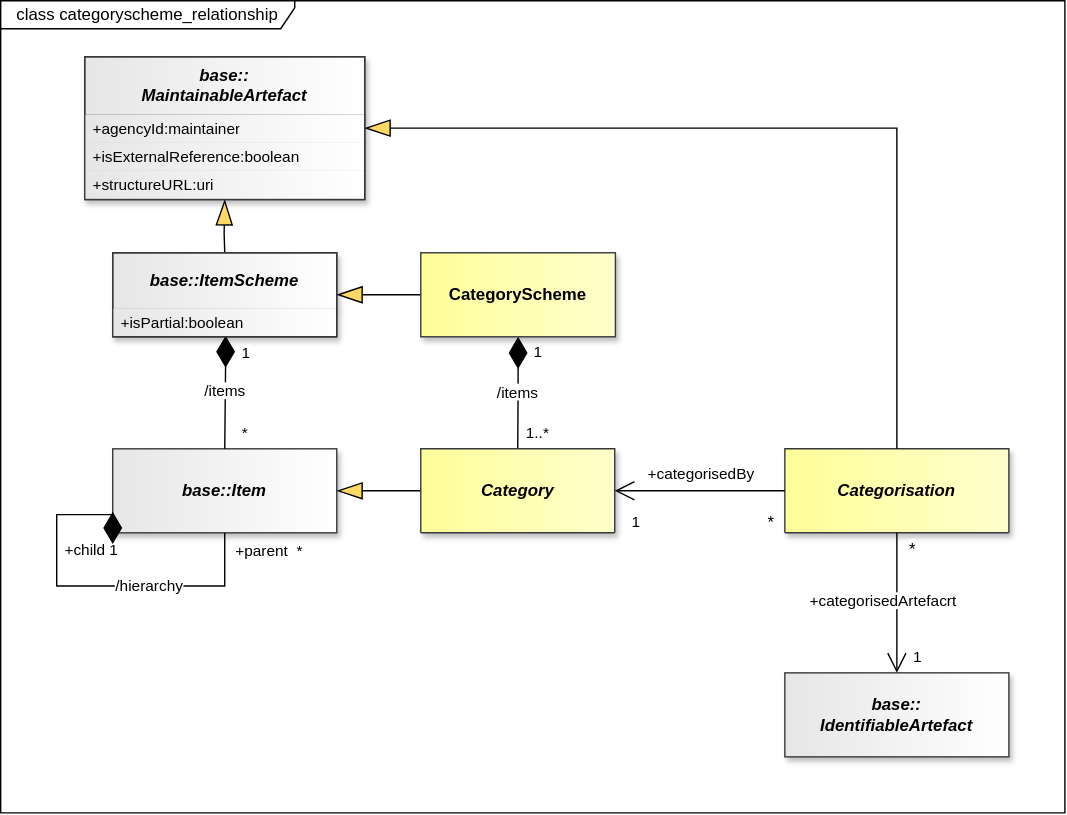
Above: docs/information_model/media/sdmx_categoryscheme-categoryscheme_relationship.svg in sdmx-twg/sdmx-im (draw.io), before the change. Source tidied: cells renumbered, new cells last; positions are measured from the earlier drawing's top-left corner, leaving out a move shared by most shapes.
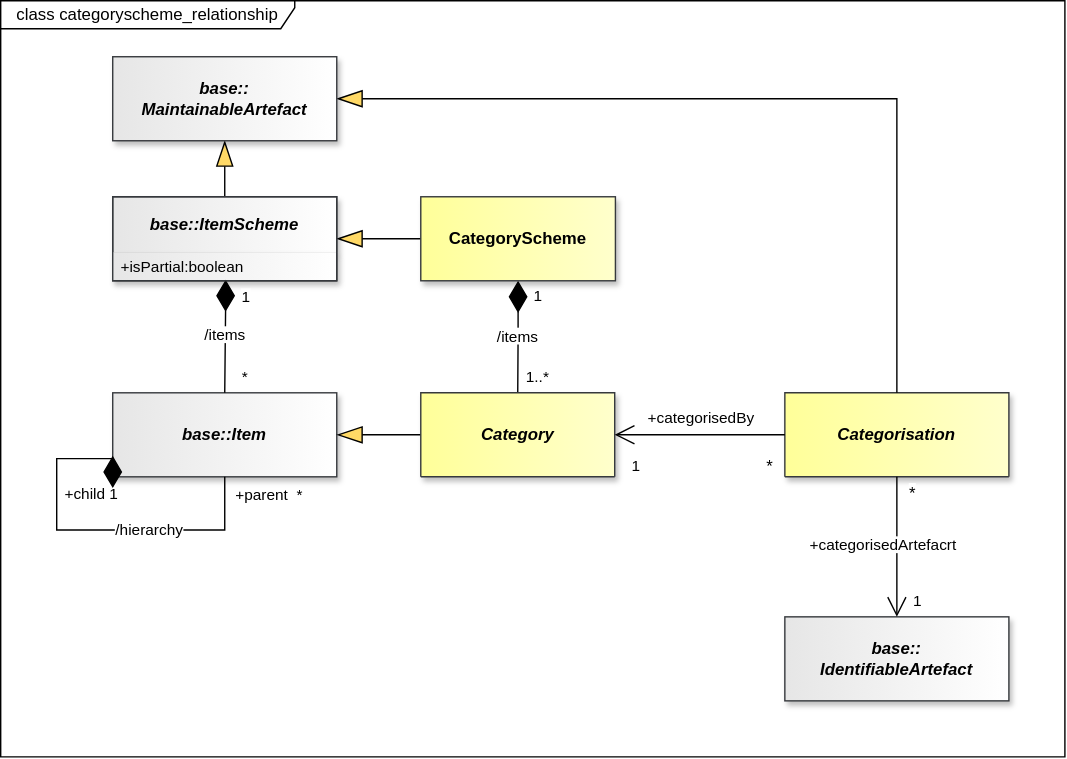
After the commit.

Diff of the diagram source:
```diff
@@ -3,7 +3,7 @@
     <mxCell id="0" />
     <mxCell id="1" parent="0" />
     <mxCell id="2" value="class categoryscheme_relationship" style="shape=umlFrame;whiteSpace=wrap;html=1;fillColor=light-dark(#FFFFFF,#121212);swimlaneFillColor=light-dark(#FFFFFF,#121212);width=210;height=20;" parent="1" vertex="1">
-      <mxGeometry width="760" height="580" as="geometry" />
+      <mxGeometry y="40" width="760" height="540" as="geometry" />
     </mxCell>
     <mxCell id="3" style="endArrow=none;" parent="1" edge="1">
       <mxGeometry relative="1" as="geometry" />
@@ -11,24 +11,8 @@
     <mxCell id="4" style="endArrow=none;" parent="1" edge="1">
       <mxGeometry relative="1" as="geometry" />
     </mxCell>
-    <mxCell id="5" value="base::&lt;br&gt;MaintainableArtefact" style="swimlane;fontStyle=3;align=center;verticalAlign=top;horizontal=1;startSize=42;whiteSpace=wrap;html=1;strokeColor=#36393d;fontFamily=Helvetica;fontSize=12;fillColor=light-dark(#E6E6E6,#E6E6E6);gradientDirection=east;gradientColor=light-dark(#FFFFFF,#FFFFFF);fontColor=light-dark(#000000,#000000);shadow=1;" parent="1" vertex="1">
-      <mxGeometry x="60" y="40" width="200" height="102" as="geometry" />
-    </mxCell>
-    <mxCell id="6" value="+agencyId:maintainer" style="text;strokeColor=none;fillColor=light-dark(#E6E6E6,#E6E6E6);align=left;verticalAlign=middle;spacingLeft=4;spacingRight=4;overflow=hidden;whiteSpace=wrap;html=1;fontFamily=Helvetica;fontSize=11;fontColor=light-dark(#000000,#000000);fontStyle=0;gradientColor=light-dark(#FFFFFF,#FFFFFF);gradientDirection=east;shadow=1;" parent="5" vertex="1">
-      <mxGeometry y="42" width="200" height="20" as="geometry" />
-    </mxCell>
-    <mxCell id="7" value="+isExternalReference:boolean" style="text;strokeColor=none;fillColor=light-dark(#E6E6E6,#E6E6E6);align=left;verticalAlign=middle;spacingLeft=4;spacingRight=4;overflow=hidden;whiteSpace=wrap;html=1;fontFamily=Helvetica;fontSize=11;fontColor=light-dark(#000000,#000000);fontStyle=0;gradientColor=light-dark(#FFFFFF,#FFFFFF);gradientDirection=east;shadow=1;" parent="5" vertex="1">
-      <mxGeometry y="62" width="200" height="20" as="geometry" />
-    </mxCell>
-    <mxCell id="8" value="+structureURL:uri" style="text;strokeColor=none;fillColor=light-dark(#E6E6E6,#E6E6E6);align=left;verticalAlign=middle;spacingLeft=4;spacingRight=4;overflow=hidden;whiteSpace=wrap;html=1;fontFamily=Helvetica;fontSize=11;fontColor=light-dark(#000000,#000000);fontStyle=0;gradientColor=light-dark(#FFFFFF,#FFFFFF);gradientDirection=east;shadow=1;" parent="5" vertex="1">
-      <mxGeometry y="82" width="200" height="20" as="geometry" />
-    </mxCell>
     <mxCell id="9" style="endArrow=blockThin;endSize=16;endFill=1;html=1;rounded=0;exitX=0.5;exitY=0;exitDx=0;exitDy=0;startFill=0;endFillColor=light-dark(#FFD966,#FFD966);strokeColor=light-dark(#000000,#FFFFFF);startFillColor=light-dark(#000000,#FFFFFF);labelBackgroundColor=none;labelBorderColor=light-dark(#000000,#FFFFFF);entryX=0.5;entryY=1;entryDx=0;entryDy=0;" parent="1" edge="1" source="16" target="5">
-      <mxGeometry relative="1" as="geometry">
-        <Array as="points">
-          <mxPoint x="159.6" y="166" />
-        </Array>
-      </mxGeometry>
+      <mxGeometry x="-0.05" relative="1" as="geometry" />
     </mxCell>
     <mxCell id="10" value="base::Item" style="whiteSpace=wrap;html=1;verticalAlign=middle;gradientDirection=east;imageVerticalAlign=top;fontStyle=3;fillColor=light-dark(#E6E6E6,#E6E6E6);strokeColor=#36393d;fontColor=light-dark(#000000,#000000);gradientColor=light-dark(#FFFFFF,#FFFFFF);shadow=1;" parent="1" vertex="1">
       <mxGeometry x="80" y="320" width="160" height="60" as="geometry" />
@@ -109,7 +93,7 @@
     <mxCell id="27" style="endArrow=blockThin;endSize=16;endFill=1;html=1;rounded=0;exitX=0.5;exitY=0;exitDx=0;exitDy=0;startFill=0;endFillColor=light-dark(#FFD966,#FFD966);strokeColor=light-dark(#000000,#FFFFFF);startFillColor=light-dark(#000000,#FFFFFF);labelBackgroundColor=none;labelBorderColor=light-dark(#000000,#FFFFFF);entryX=1;entryY=0.5;entryDx=0;entryDy=0;" parent="1" edge="1" source="26" target="5">
       <mxGeometry x="0.03" relative="1" as="geometry">
         <Array as="points">
-          <mxPoint x="640" y="91" />
+          <mxPoint x="640" y="110" />
         </Array>
       </mxGeometry>
     </mxCell>
@@ -142,11 +126,11 @@
         <mxPoint x="10" y="-2" as="offset" />
       </mxGeometry>
     </mxCell>
-    <mxCell id="35" style="rounded=0;whiteSpace=wrap;html=1;fillColor=none;strokeColor=#36393D;" parent="1" vertex="1">
-      <mxGeometry x="60" y="40" width="200" height="102" as="geometry" />
-    </mxCell>
     <mxCell id="36" style="rounded=0;whiteSpace=wrap;html=1;fillColor=none;strokeColor=#36393D;" parent="1" vertex="1">
       <mxGeometry x="80" y="180" width="160" height="60" as="geometry" />
     </mxCell>
+    <mxCell id="5" value="base::&lt;br&gt;MaintainableArtefact" style="whiteSpace=wrap;html=1;verticalAlign=middle;gradientDirection=east;imageVerticalAlign=top;fontStyle=3;fillColor=light-dark(#E6E6E6,#E6E6E6);strokeColor=#36393d;fontColor=light-dark(#000000,#000000);gradientColor=light-dark(#FFFFFF,#FFFFFF);shadow=1;" parent="1" vertex="1">
+      <mxGeometry x="80" y="80" width="160" height="60" as="geometry" />
+    </mxCell>
   </root>
 </mxGraphModel>
```
